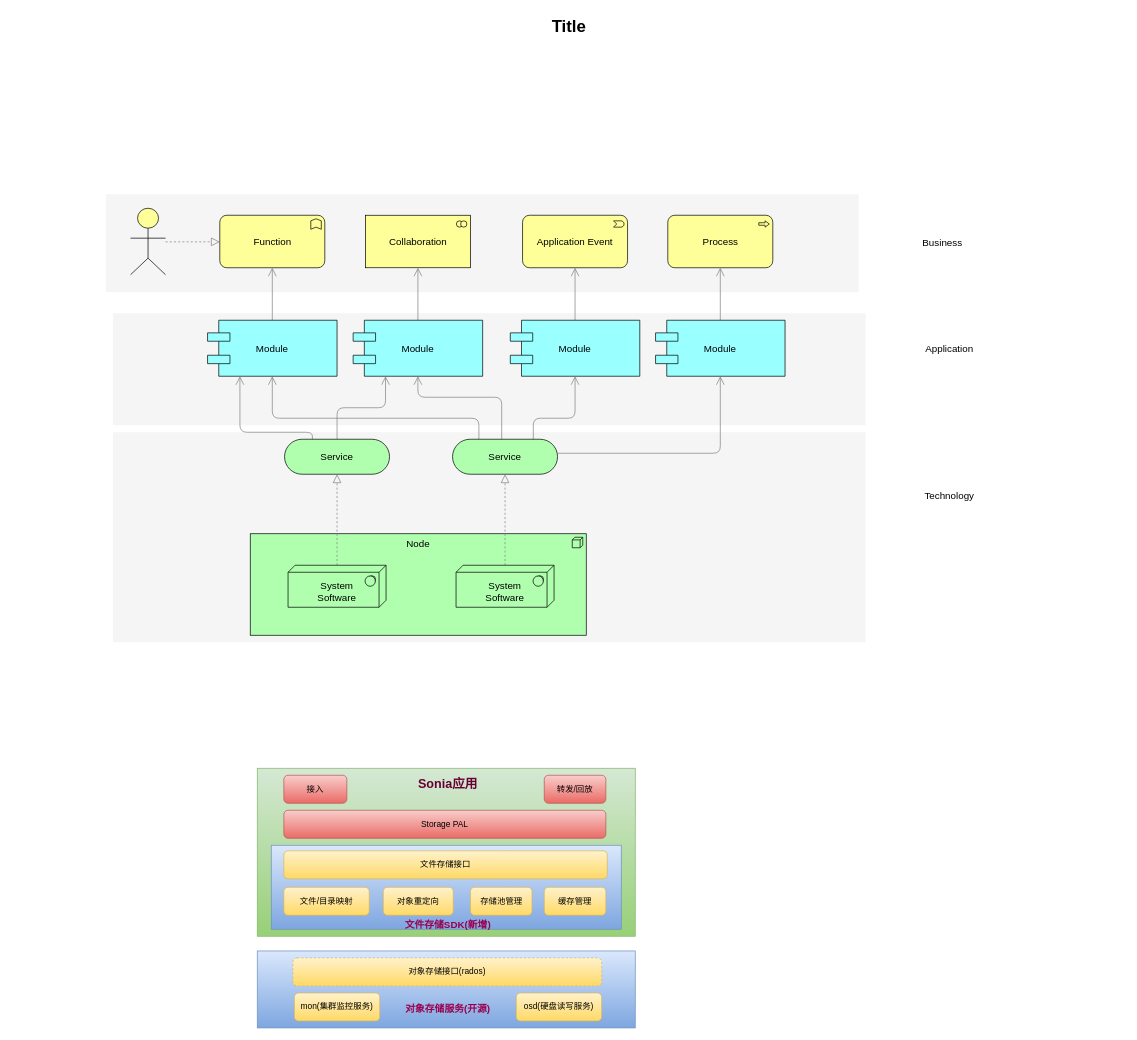
Above: Untitled Diagram.drawio in snowolfhawk/ceph-scripts (draw.io), before the change. Source tidied: cells renumbered, new cells numbered last; positions are measured from the earlier drawing's top-left corner, leaving out a move shared by most shapes. Both pictures are drawn from the tidied source at 70%, with x=0, y=0 at pixel (12, 12).
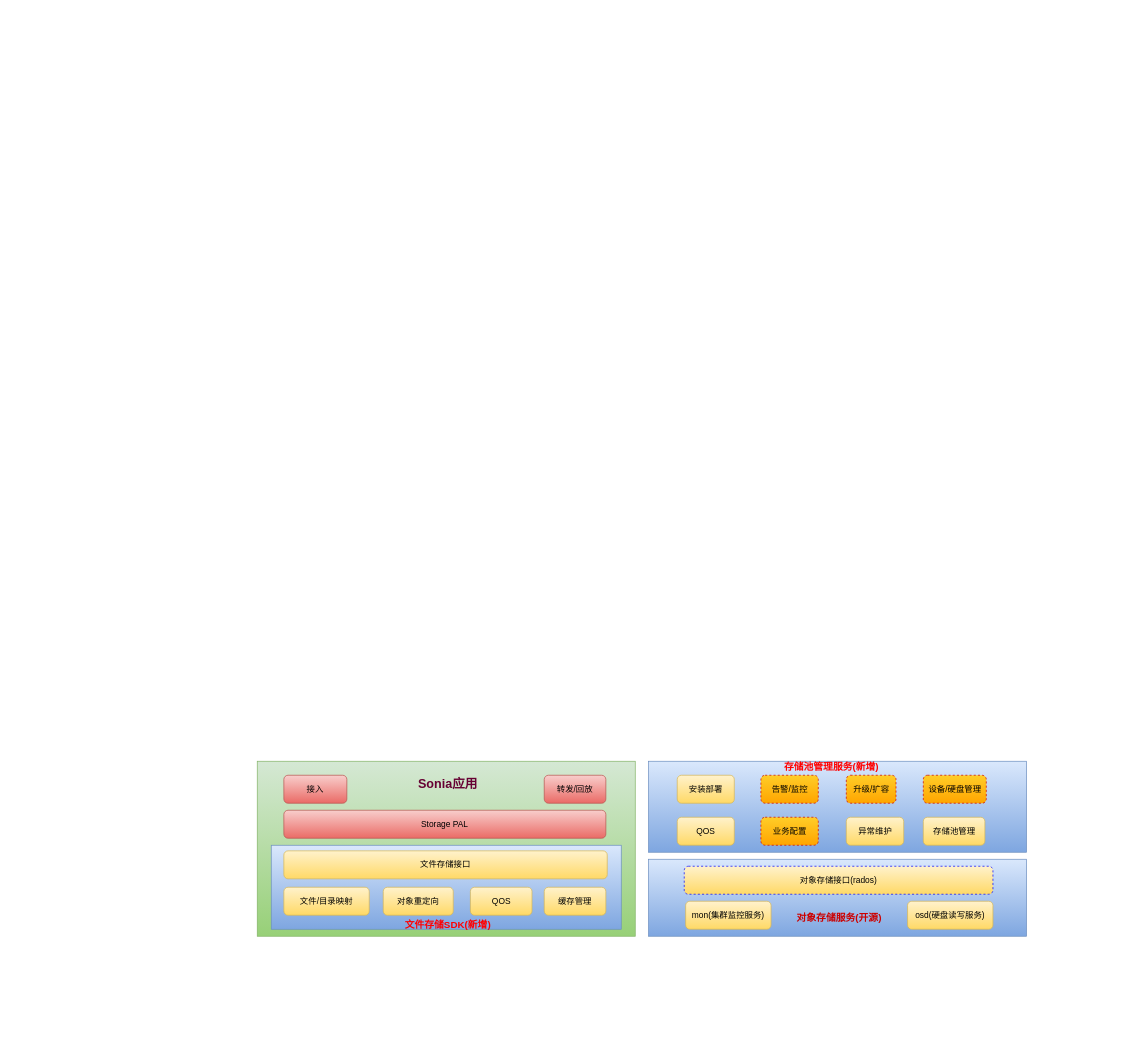
The same diagram, later.

The edit, as a diff of the source:
```diff
@@
     <mxCell id="2" style="rounded=0;whiteSpace=wrap;html=1;fillColor=#d5e8d4;gradientColor=#97d077;strokeColor=#82b366;" parent="1" vertex="1">
-      <mxGeometry x="350" y="1080" width="540" height="240" as="geometry" />
+      <mxGeometry x="350" y="1070" width="540" height="250" as="geometry" />
     </mxCell>
     <mxCell id="3" style="rounded=0;whiteSpace=wrap;html=1;fillColor=#dae8fc;strokeColor=#6c8ebf;gradientColor=#7ea6e0;" parent="1" vertex="1">
-      <mxGeometry x="350" y="1341" width="540" height="110" as="geometry" />
+      <mxGeometry x="909" y="1210" width="540" height="110" as="geometry" />
     </mxCell>
@@
-    <mxCell id="5" style="whiteSpace=wrap;html=1;strokeColor=none;strokeWidth=1;fillColor=#f5f5f5;fontSize=14;" parent="1" vertex="1">
-      <mxGeometry x="144" y="600" width="1075" height="300" as="geometry" />
-    </mxCell>
-    <mxCell id="6" style="whiteSpace=wrap;html=1;strokeColor=none;strokeWidth=1;fillColor=#f5f5f5;fontSize=14;" parent="1" vertex="1">
-      <mxGeometry x="144" y="430" width="1075" height="160" as="geometry" />
-    </mxCell>
-    <mxCell id="7" style="whiteSpace=wrap;html=1;strokeColor=none;strokeWidth=1;fillColor=#f5f5f5;fontSize=14;" parent="1" vertex="1">
-      <mxGeometry x="134" y="260" width="1075" height="140" as="geometry" />
-    </mxCell>
-    <mxCell id="8" value="Node" style="html=1;whiteSpace=wrap;fillColor=#AFFFAF;shape=mxgraph.archimate3.application;appType=node;archiType=square;fontSize=14;verticalAlign=top;" parent="1" vertex="1">
-      <mxGeometry x="340" y="745" width="480" height="145" as="geometry" />
-    </mxCell>
-    <mxCell id="9" style="edgeStyle=elbowEdgeStyle;rounded=1;elbow=vertical;html=1;startSize=10;endArrow=block;endFill=0;endSize=10;jettySize=auto;strokeColor=#808080;fontSize=14;dashed=1;" parent="1" edge="1" source="10" target="15">
-      <mxGeometry relative="1" as="geometry" />
-    </mxCell>
-    <mxCell id="10" value="&lt;div&gt;&lt;br&gt;&lt;/div&gt;System&lt;div&gt;Software&lt;/div&gt;" style="html=1;whiteSpace=wrap;fillColor=#AFFFAF;shape=mxgraph.archimate3.tech;techType=sysSw;fontSize=14;" parent="1" vertex="1">
-      <mxGeometry x="394" y="790" width="140" height="60" as="geometry" />
-    </mxCell>
-    <mxCell id="11" style="edgeStyle=elbowEdgeStyle;rounded=1;elbow=vertical;html=1;startSize=10;endArrow=block;endFill=0;endSize=10;jettySize=auto;strokeColor=#808080;fontSize=14;dashed=1;" parent="1" edge="1" source="12" target="20">
-      <mxGeometry relative="1" as="geometry" />
-    </mxCell>
-    <mxCell id="12" value="&lt;div&gt;&lt;br&gt;&lt;/div&gt;&lt;div&gt;&lt;span&gt;System&lt;/span&gt;&lt;div&gt;Software&lt;/div&gt;&lt;/div&gt;" style="html=1;whiteSpace=wrap;fillColor=#AFFFAF;shape=mxgraph.archimate3.tech;techType=sysSw;fontSize=14;" parent="1" vertex="1">
-      <mxGeometry x="634" y="790" width="140" height="60" as="geometry" />
-    </mxCell>
-    <mxCell id="13" style="edgeStyle=elbowEdgeStyle;rounded=1;elbow=vertical;html=1;startSize=10;endArrow=open;endFill=0;endSize=10;jettySize=auto;strokeColor=#808080;fontSize=14;entryX=0.25;entryY=1;" parent="1" edge="1" source="15" target="24">
-      <mxGeometry relative="1" as="geometry" />
-    </mxCell>
-    <mxCell id="14" style="edgeStyle=elbowEdgeStyle;rounded=1;elbow=vertical;html=1;startSize=10;endArrow=open;endFill=0;endSize=10;jettySize=auto;strokeColor=#808080;fontSize=14;entryX=0.25;entryY=1;exitX=0.265;exitY=0.007;exitPerimeter=0;" parent="1" edge="1" source="15" target="22">
-      <mxGeometry relative="1" as="geometry">
-        <Array as="points">
-          <mxPoint x="372" y="600" />
-        </Array>
-      </mxGeometry>
-    </mxCell>
-    <mxCell id="15" value="Service" style="html=1;whiteSpace=wrap;fillColor=#AFFFAF;shape=mxgraph.archimate3.service;fontSize=14;" parent="1" vertex="1">
-      <mxGeometry x="389" y="610" width="150" height="50" as="geometry" />
-    </mxCell>
-    <mxCell id="16" style="edgeStyle=elbowEdgeStyle;rounded=1;elbow=vertical;html=1;startSize=10;endArrow=open;endFill=0;endSize=10;jettySize=auto;strokeColor=#808080;fontSize=14;" parent="1" edge="1" source="20" target="28">
-      <mxGeometry relative="1" as="geometry">
-        <Array as="points">
-          <mxPoint x="859" y="630" />
-        </Array>
-      </mxGeometry>
-    </mxCell>
-    <mxCell id="17" style="edgeStyle=elbowEdgeStyle;rounded=1;elbow=vertical;html=1;startSize=10;endArrow=open;endFill=0;endSize=10;jettySize=auto;strokeColor=#808080;fontSize=14;entryX=0.5;entryY=1;exitX=0.769;exitY=0.025;exitPerimeter=0;" parent="1" edge="1" source="20" target="26">
-      <mxGeometry relative="1" as="geometry">
-        <Array as="points">
-          <mxPoint x="759" y="580" />
-        </Array>
-      </mxGeometry>
-    </mxCell>
-    <mxCell id="18" style="edgeStyle=elbowEdgeStyle;rounded=1;elbow=vertical;html=1;startSize=10;endArrow=open;endFill=0;endSize=10;jettySize=auto;strokeColor=#808080;fontSize=14;entryX=0.5;entryY=1;exitX=0.468;exitY=0.025;exitPerimeter=0;" parent="1" edge="1" source="20" target="24">
-      <mxGeometry relative="1" as="geometry">
-        <Array as="points">
-          <mxPoint x="649" y="550" />
-        </Array>
-      </mxGeometry>
-    </mxCell>
-    <mxCell id="19" style="edgeStyle=elbowEdgeStyle;rounded=1;elbow=vertical;html=1;startSize=10;endArrow=open;endFill=0;endSize=10;jettySize=auto;strokeColor=#808080;fontSize=14;exitX=0.251;exitY=0.002;exitPerimeter=0;" parent="1" edge="1" source="20" target="22">
-      <mxGeometry relative="1" as="geometry">
-        <Array as="points">
-          <mxPoint x="539" y="580" />
-        </Array>
-      </mxGeometry>
-    </mxCell>
-    <mxCell id="20" value="Service" style="html=1;whiteSpace=wrap;fillColor=#AFFFAF;shape=mxgraph.archimate3.service;fontSize=14;" parent="1" vertex="1">
-      <mxGeometry x="629" y="610" width="150" height="50" as="geometry" />
-    </mxCell>
-    <mxCell id="21" style="edgeStyle=elbowEdgeStyle;rounded=1;elbow=vertical;html=1;startSize=10;endArrow=open;endFill=0;endSize=10;jettySize=auto;strokeColor=#808080;fontSize=14;" parent="1" edge="1" source="22" target="29">
-      <mxGeometry relative="1" as="geometry" />
-    </mxCell>
-    <mxCell id="22" value="Module" style="shape=component;align=center;fillColor=#99ffff;gradientColor=none;fontSize=14;" parent="1" vertex="1">
-      <mxGeometry x="279" y="440" width="185" height="80" as="geometry" />
-    </mxCell>
-    <mxCell id="23" style="edgeStyle=elbowEdgeStyle;rounded=1;elbow=vertical;html=1;startSize=10;endArrow=open;endFill=0;endSize=10;jettySize=auto;strokeColor=#808080;fontSize=14;" parent="1" edge="1" source="24" target="30">
-      <mxGeometry relative="1" as="geometry" />
-    </mxCell>
-    <mxCell id="24" value="Module" style="shape=component;align=center;fillColor=#99ffff;gradientColor=none;fontSize=14;" parent="1" vertex="1">
-      <mxGeometry x="487" y="440" width="185" height="80" as="geometry" />
-    </mxCell>
-    <mxCell id="25" style="edgeStyle=elbowEdgeStyle;rounded=1;elbow=vertical;html=1;startSize=10;endArrow=open;endFill=0;endSize=10;jettySize=auto;strokeColor=#808080;fontSize=14;" parent="1" edge="1" source="26" target="31">
-      <mxGeometry relative="1" as="geometry" />
-    </mxCell>
-    <mxCell id="26" value="Module" style="shape=component;align=center;fillColor=#99ffff;gradientColor=none;fontSize=14;" parent="1" vertex="1">
-      <mxGeometry x="711.5" y="440" width="185" height="80" as="geometry" />
-    </mxCell>
-    <mxCell id="27" style="edgeStyle=elbowEdgeStyle;rounded=1;elbow=vertical;html=1;startSize=10;endArrow=open;endFill=0;endSize=10;jettySize=auto;strokeColor=#808080;fontSize=14;" parent="1" edge="1" source="28" target="32">
-      <mxGeometry relative="1" as="geometry" />
-    </mxCell>
-    <mxCell id="28" value="Module" style="shape=component;align=center;fillColor=#99ffff;gradientColor=none;fontSize=14;" parent="1" vertex="1">
-      <mxGeometry x="919" y="440" width="185" height="80" as="geometry" />
-    </mxCell>
-    <mxCell id="29" value="Function" style="html=1;whiteSpace=wrap;fillColor=#ffff99;shape=mxgraph.archimate3.application;appType=func;archiType=rounded;fontSize=14;" parent="1" vertex="1">
-      <mxGeometry x="296.5" y="290" width="150" height="75" as="geometry" />
-    </mxCell>
-    <mxCell id="30" value="Collaboration" style="html=1;whiteSpace=wrap;fillColor=#ffff99;shape=mxgraph.archimate3.application;appType=collab;archiType=square;fontSize=14;" parent="1" vertex="1">
-      <mxGeometry x="504.5" y="290" width="150" height="75" as="geometry" />
-    </mxCell>
-    <mxCell id="31" value="Application Event" style="html=1;whiteSpace=wrap;fillColor=#ffff99;shape=mxgraph.archimate3.application;appType=event;archiType=rounded;fontSize=14;" parent="1" vertex="1">
-      <mxGeometry x="729" y="290" width="150" height="75" as="geometry" />
-    </mxCell>
-    <mxCell id="32" value="Process" style="html=1;whiteSpace=wrap;fillColor=#ffff99;shape=mxgraph.archimate3.application;appType=proc;archiType=rounded;fontSize=14;" parent="1" vertex="1">
-      <mxGeometry x="936.5" y="290" width="150" height="75" as="geometry" />
-    </mxCell>
-    <mxCell id="33" value="Technology" style="text;html=1;strokeColor=none;fillColor=none;align=center;verticalAlign=middle;whiteSpace=wrap;fontSize=14;" parent="1" vertex="1">
-      <mxGeometry x="1219" y="681" width="240" height="20" as="geometry" />
-    </mxCell>
-    <mxCell id="34" value="Application" style="text;html=1;strokeColor=none;fillColor=none;align=center;verticalAlign=middle;whiteSpace=wrap;fontSize=14;" parent="1" vertex="1">
-      <mxGeometry x="1219" y="471" width="240" height="20" as="geometry" />
-    </mxCell>
-    <mxCell id="35" value="Business" style="text;html=1;strokeColor=none;fillColor=none;align=center;verticalAlign=middle;whiteSpace=wrap;fontSize=14;" parent="1" vertex="1">
-      <mxGeometry x="1209" y="319" width="240" height="20" as="geometry" />
-    </mxCell>
-    <mxCell id="36" style="edgeStyle=elbowEdgeStyle;rounded=1;elbow=vertical;html=1;dashed=1;startSize=10;endArrow=block;endFill=0;endSize=10;jettySize=auto;strokeColor=#808080;fontSize=14;" parent="1" edge="1" source="37" target="29">
-      <mxGeometry relative="1" as="geometry" />
-    </mxCell>
-    <mxCell id="37" style="html=1;whiteSpace=wrap;fillColor=#ffff99;shape=mxgraph.archimate3.actor;fontSize=14;" parent="1" vertex="1">
-      <mxGeometry x="169" y="280" width="50" height="95" as="geometry" />
-    </mxCell>
-    <mxCell id="38" value="Title" style="text;strokeColor=none;fillColor=none;html=1;fontSize=24;fontStyle=1;verticalAlign=middle;align=center;" parent="1" vertex="1">
-      <mxGeometry width="1590" height="40" as="geometry" />
-    </mxCell>
@@
-    <mxCell id="43" value="存储池管理" style="rounded=1;whiteSpace=wrap;html=1;fillColor=#fff2cc;gradientColor=#ffd966;strokeColor=#d6b656;" parent="1" vertex="1">
+    <mxCell id="43" value="QOS" style="rounded=1;whiteSpace=wrap;html=1;fillColor=#fff2cc;gradientColor=#ffd966;strokeColor=#d6b656;" parent="1" vertex="1">
       <mxGeometry x="654.5" y="1250" width="88" height="40" as="geometry" />
     </mxCell>
-    <mxCell id="44" value="对象存储接口(rados)" style="rounded=1;whiteSpace=wrap;html=1;fillColor=#fff2cc;strokeColor=#d6b656;gradientColor=#ffd966;dashed=1;" parent="1" vertex="1">
-      <mxGeometry x="401" y="1351" width="441" height="40" as="geometry" />
+    <mxCell id="44" value="对象存储接口(rados)" style="rounded=1;whiteSpace=wrap;html=1;fillColor=#fff2cc;strokeColor=#0000FF;gradientColor=#ffd966;dashed=1;strokeWidth=1;" parent="1" vertex="1">
+      <mxGeometry x="960" y="1220" width="441" height="40" as="geometry" />
     </mxCell>
     <mxCell id="45" value="mon(集群监控服务)" style="rounded=1;whiteSpace=wrap;html=1;fillColor=#fff2cc;strokeColor=#d6b656;gradientColor=#ffd966;" parent="1" vertex="1">
-      <mxGeometry x="403" y="1401" width="122" height="40" as="geometry" />
+      <mxGeometry x="962" y="1270" width="122" height="40" as="geometry" />
     </mxCell>
     <mxCell id="46" value="osd(硬盘读写服务)" style="rounded=1;whiteSpace=wrap;html=1;fillColor=#fff2cc;strokeColor=#d6b656;gradientColor=#ffd966;" parent="1" vertex="1">
-      <mxGeometry x="720" y="1401" width="122" height="40" as="geometry" />
+      <mxGeometry x="1279" y="1270" width="122" height="40" as="geometry" />
     </mxCell>
@@
-    <mxCell id="51" value="&lt;font style=&quot;font-size: 14px&quot; color=&quot;#99004d&quot;&gt;对象存储服务(开源)&lt;/font&gt;" style="text;strokeColor=none;fillColor=none;html=1;fontSize=24;fontStyle=1;verticalAlign=middle;align=center;" parent="1" vertex="1">
-      <mxGeometry x="552" y="1401" width="140" height="40" as="geometry" />
+    <mxCell id="51" value="&lt;font style=&quot;font-size: 14px&quot; color=&quot;#cc0000&quot;&gt;对象存储服务(开源)&lt;/font&gt;" style="text;strokeColor=none;fillColor=none;html=1;fontSize=24;fontStyle=1;verticalAlign=middle;align=center;" parent="1" vertex="1">
+      <mxGeometry x="1111" y="1270" width="140" height="40" as="geometry" />
     </mxCell>
-    <mxCell id="52" value="&lt;font style=&quot;font-size: 14px&quot; color=&quot;#99004d&quot;&gt;文件存储SDK(新增)&lt;/font&gt;" style="text;strokeColor=none;fillColor=none;html=1;fontSize=24;fontStyle=1;verticalAlign=middle;align=center;" parent="1" vertex="1">
+    <mxCell id="52" value="&lt;font style=&quot;font-size: 14px&quot; color=&quot;#ff0000&quot;&gt;文件存储SDK(新增)&lt;/font&gt;" style="text;strokeColor=none;fillColor=none;html=1;fontSize=24;fontStyle=1;verticalAlign=middle;align=center;" parent="1" vertex="1">
       <mxGeometry x="552" y="1290" width="140" height="20" as="geometry" />
     </mxCell>
+    <mxCell id="53" style="rounded=0;whiteSpace=wrap;html=1;fillColor=#dae8fc;strokeColor=#6c8ebf;gradientColor=#7ea6e0;" parent="1" vertex="1">
+      <mxGeometry x="909" y="1070" width="540" height="130" as="geometry" />
+    </mxCell>
+    <mxCell id="54" value="安装部署" style="rounded=1;whiteSpace=wrap;html=1;fillColor=#fff2cc;strokeColor=#d6b656;gradientColor=#ffd966;" parent="1" vertex="1">
+      <mxGeometry x="950" y="1090" width="81.5" height="40" as="geometry" />
+    </mxCell>
+    <mxCell id="55" value="QOS" style="rounded=1;whiteSpace=wrap;html=1;fillColor=#fff2cc;strokeColor=#d6b656;gradientColor=#ffd966;" parent="1" vertex="1">
+      <mxGeometry x="950" y="1150" width="81.5" height="40" as="geometry" />
+    </mxCell>
+    <mxCell id="56" value="&lt;font style=&quot;font-size: 14px&quot; color=&quot;#ff0000&quot;&gt;存储池管理服务(新增)&lt;/font&gt;" style="text;strokeColor=none;fillColor=none;html=1;fontSize=24;fontStyle=1;verticalAlign=middle;align=center;" parent="1" vertex="1">
+      <mxGeometry x="1100" y="1060" width="140" height="30" as="geometry" />
+    </mxCell>
+    <mxCell id="57" value="存储池管理" style="rounded=1;whiteSpace=wrap;html=1;fillColor=#fff2cc;strokeColor=#d6b656;gradientColor=#ffd966;" parent="1" vertex="1">
+      <mxGeometry x="1301.5" y="1150" width="88" height="40" as="geometry" />
+    </mxCell>
+    <mxCell id="58" value="异常维护" style="rounded=1;whiteSpace=wrap;html=1;fillColor=#fff2cc;strokeColor=#d6b656;gradientColor=#ffd966;" parent="1" vertex="1">
+      <mxGeometry x="1191.5" y="1150" width="82" height="40" as="geometry" />
+    </mxCell>
+    <mxCell id="59" value="告警/监控" style="rounded=1;whiteSpace=wrap;html=1;fillColor=#ffcd28;strokeColor=#CC0000;dashed=1;gradientColor=#ffa500;" parent="1" vertex="1">
+      <mxGeometry x="1069.5" y="1090" width="82" height="40" as="geometry" />
+    </mxCell>
+    <mxCell id="60" value="升级/扩容" style="rounded=1;whiteSpace=wrap;html=1;fillColor=#ffcd28;strokeColor=#CC0000;dashed=1;gradientColor=#ffa500;" parent="1" vertex="1">
+      <mxGeometry x="1191.5" y="1090" width="71" height="40" as="geometry" />
+    </mxCell>
+    <mxCell id="61" value="设备/硬盘管理" style="rounded=1;whiteSpace=wrap;html=1;fillColor=#ffcd28;strokeColor=#CC0000;dashed=1;gradientColor=#ffa500;" parent="1" vertex="1">
+      <mxGeometry x="1301.5" y="1090" width="90" height="40" as="geometry" />
+    </mxCell>
+    <mxCell id="62" value="业务配置" style="rounded=1;whiteSpace=wrap;html=1;fillColor=#ffcd28;strokeColor=#CC0000;dashed=1;gradientColor=#ffa500;" parent="1" vertex="1">
+      <mxGeometry x="1069.5" y="1150" width="82" height="40" as="geometry" />
+    </mxCell>
```
